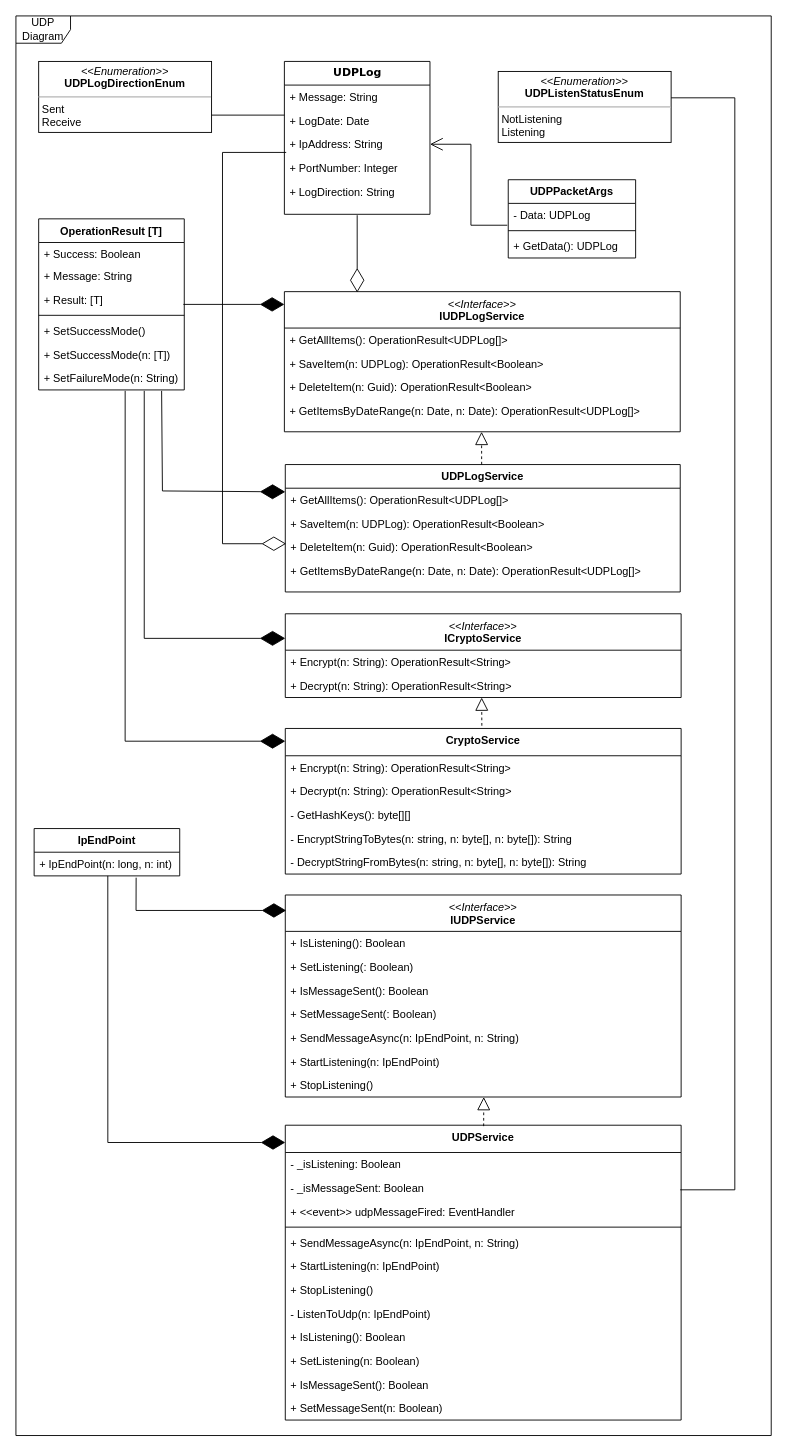
cusfekes/UDPCommunication keeps this draw.io diagram as UDPCommunication.UI/Documentation/UMLDiagrams/uml_class_diagram.drawio. Above is the earlier version. Source tidied: cells renumbered, new cells numbered last; positions are measured from the earlier drawing's top-left corner, leaving out a move shared by most shapes. Both pictures are drawn from the tidied source at 91%, with x=0, y=0 at pixel (15, 15).
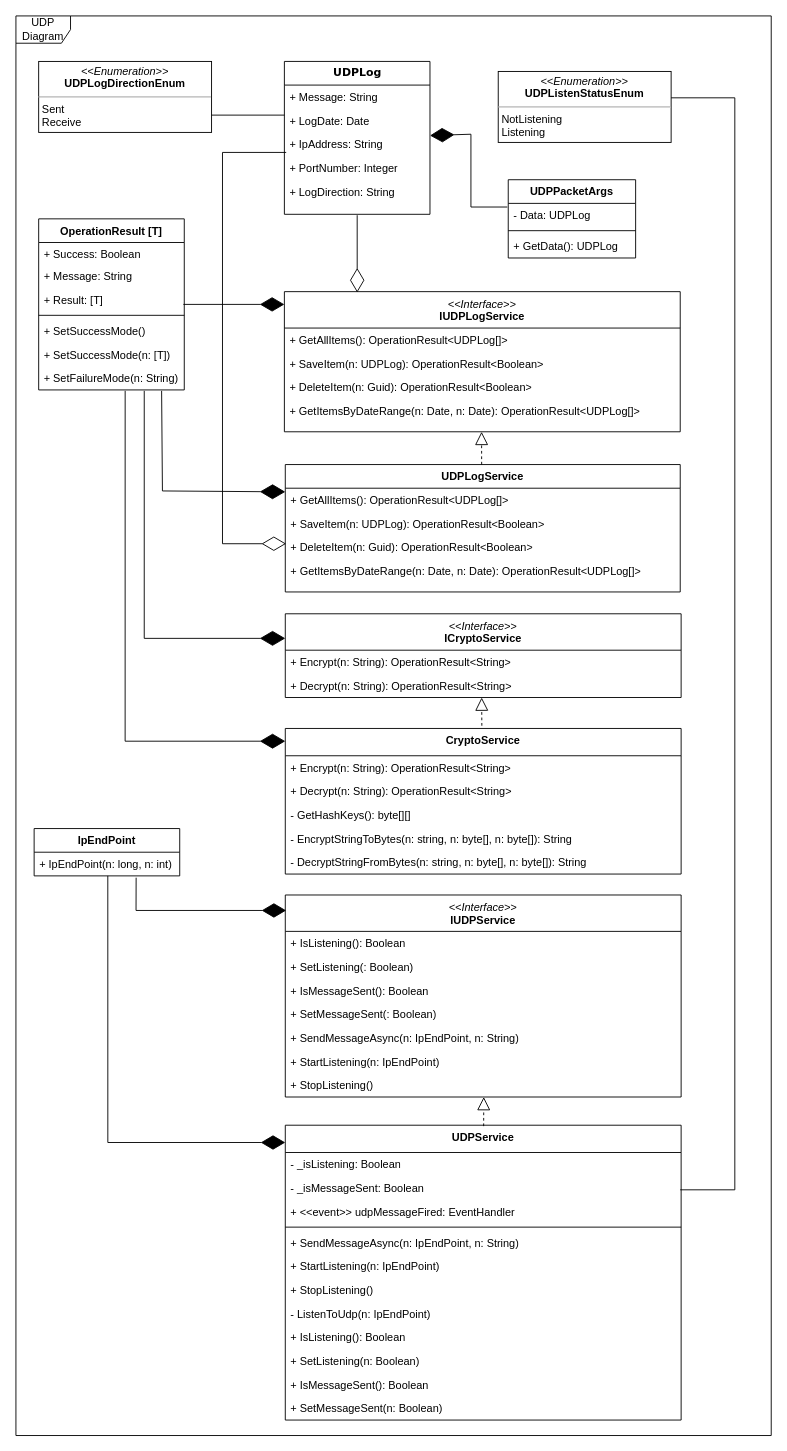
Above is the later version.

Commit message (it also covers changes not shown here):
uml diagrams

Unchanged cells that the change refers to:
```xml
<mxCell id="2" value="&lt;b&gt;&lt;font style=&quot;font-size: 12px;&quot;&gt;UDPLog&lt;/font&gt;&lt;/b&gt;" style="swimlane;html=1;fontStyle=0;horizontal=1;startSize=26;fillColor=none;swimlaneFillColor=#ffffff;rounded=0;shadow=0;comic=0;labelBackgroundColor=none;strokeWidth=1;fontFamily=Verdana;fontSize=10;align=center;" parent="1" vertex="1">
  <mxGeometry x="295" y="50" width="160" height="168" as="geometry" />
</mxCell>
<mxCell id="5" value="+&amp;nbsp;IpAddress: String" style="text;html=1;strokeColor=none;fillColor=none;align=left;verticalAlign=top;spacingLeft=4;spacingRight=4;whiteSpace=wrap;overflow=hidden;points=[[0,0.5],[1,0.5]];portConstraint=eastwest;" parent="2" vertex="1">
  <mxGeometry y="78" width="160" height="26" as="geometry" />
</mxCell>
<mxCell id="72" value="-&amp;nbsp;Data: UDPLog" style="text;strokeColor=none;fillColor=none;align=left;verticalAlign=top;spacingLeft=4;spacingRight=4;overflow=hidden;points=[[0,0.5],[1,0.5]];portConstraint=eastwest;whiteSpace=wrap;html=1;" parent="71" vertex="1">
  <mxGeometry y="26" width="140" height="26" as="geometry" />
</mxCell>
```

Change to the diagram source:
```diff
@@
-    <mxCell id="75" style="endArrow=open;endFill=1;endSize=12;html=1;rounded=0;entryX=1;entryY=0.5;entryDx=0;entryDy=0;" parent="1" edge="1" target="5">
-      <mxGeometry relative="1" as="geometry">
-        <mxPoint x="540" y="230" as="sourcePoint" />
-        <Array as="points">
-          <mxPoint x="500" y="230" />
-          <mxPoint x="500" y="141" />
-        </Array>
-      </mxGeometry>
-    </mxCell>
@@
+    <mxCell id="80" style="endArrow=diamondThin;endFill=1;endSize=24;html=1;rounded=0;exitX=-0.007;exitY=0.154;exitDx=0;exitDy=0;exitPerimeter=0;" parent="1" edge="1" source="72" target="2">
+      <mxGeometry relative="1" as="geometry">
+        <Array as="points">
+          <mxPoint x="500" y="210" />
+          <mxPoint x="500" y="130" />
+        </Array>
+      </mxGeometry>
+    </mxCell>
```
